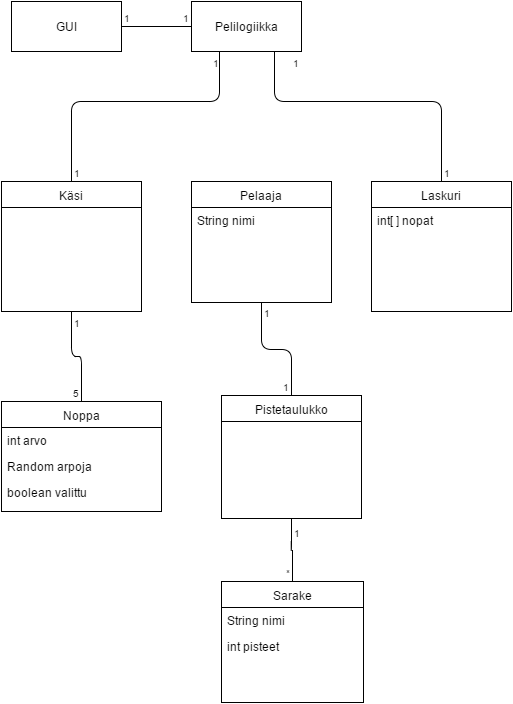
This is dokumentaatio/Yatzy.png from iirekola/Yatzy, a draw.io export, as it was before one commit. Source tidied: cells renumbered, new cells last; positions are measured from the earlier drawing's top-left corner, leaving out a move shared by most shapes.
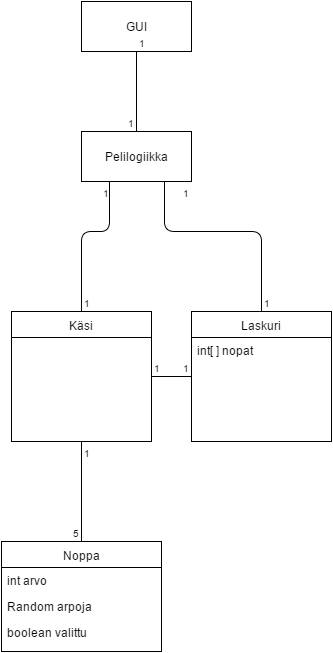
After the change.

Diff of the diagram source:
```diff
@@ -3,7 +3,7 @@
     <mxCell id="0" />
     <mxCell id="1" parent="0" />
     <mxCell id="2" value="Noppa" style="swimlane;html=1;fontStyle=0;horizontal=1;startSize=26;fillColor=none;swimlaneFillColor=#ffffff;" parent="1" vertex="1">
-      <mxGeometry y="400" width="160" height="110" as="geometry" />
+      <mxGeometry x="110" y="410" width="160" height="110" as="geometry" />
     </mxCell>
     <mxCell id="3" value="int arvo" style="text;html=1;strokeColor=none;fillColor=none;align=left;verticalAlign=top;spacingLeft=4;spacingRight=4;whiteSpace=wrap;overflow=hidden;" parent="2" vertex="1">
       <mxGeometry y="26" width="160" height="26" as="geometry" />
@@ -14,20 +14,8 @@
     <mxCell id="5" value="boolean valittu" style="text;html=1;strokeColor=none;fillColor=none;align=left;verticalAlign=top;spacingLeft=4;spacingRight=4;whiteSpace=wrap;overflow=hidden;" parent="2" vertex="1">
       <mxGeometry y="78" width="160" height="26" as="geometry" />
     </mxCell>
-    <mxCell id="6" value="Pistetaulukko" style="swimlane;html=1;fontStyle=0;horizontal=1;startSize=26;fillColor=none;swimlaneFillColor=#ffffff;" parent="1" vertex="1">
-      <mxGeometry x="220" y="394" width="140" height="123" as="geometry" />
-    </mxCell>
-    <mxCell id="7" value="Sarake" style="swimlane;html=1;fontStyle=0;horizontal=1;startSize=26;fillColor=none;swimlaneFillColor=#ffffff;" parent="1" vertex="1">
-      <mxGeometry x="220" y="580" width="142" height="121" as="geometry" />
-    </mxCell>
-    <mxCell id="8" value="String nimi" style="text;html=1;strokeColor=none;fillColor=none;align=left;verticalAlign=top;spacingLeft=4;spacingRight=4;whiteSpace=wrap;overflow=hidden;" parent="7" vertex="1">
-      <mxGeometry y="26" width="142" height="26" as="geometry" />
-    </mxCell>
-    <mxCell id="9" value="int pisteet" style="text;html=1;strokeColor=none;fillColor=none;align=left;verticalAlign=top;spacingLeft=4;spacingRight=4;whiteSpace=wrap;overflow=hidden;" parent="7" vertex="1">
-      <mxGeometry y="52" width="142" height="26" as="geometry" />
-    </mxCell>
     <mxCell id="10" value="Laskuri" style="swimlane;html=1;fontStyle=0;horizontal=1;startSize=26;fillColor=none;swimlaneFillColor=#ffffff;" parent="1" vertex="1">
-      <mxGeometry x="370" y="180" width="140" height="130" as="geometry" />
+      <mxGeometry x="300" y="180" width="140" height="130" as="geometry" />
     </mxCell>
     <mxCell id="11" value="int[ ] nopat" style="text;html=1;strokeColor=none;fillColor=none;align=left;verticalAlign=top;spacingLeft=4;spacingRight=4;whiteSpace=wrap;overflow=hidden;" parent="10" vertex="1">
       <mxGeometry y="26" width="140" height="26" as="geometry" />
@@ -35,23 +23,23 @@
     <mxCell id="12" style="edgeStyle=orthogonalEdgeStyle;rounded=0;html=1;exitX=0.5;exitY=1;entryX=0.5;entryY=1;jettySize=auto;orthogonalLoop=1;" parent="1" edge="1" source="10" target="10">
       <mxGeometry relative="1" as="geometry" />
     </mxCell>
-    <mxCell id="13" value="Pelaaja" style="swimlane;html=1;fontStyle=0;horizontal=1;startSize=26;fillColor=none;swimlaneFillColor=#ffffff;" parent="1" vertex="1">
-      <mxGeometry x="190" y="180" width="140" height="121" as="geometry" />
-    </mxCell>
-    <mxCell id="14" value="String nimi" style="text;html=1;strokeColor=none;fillColor=none;align=left;verticalAlign=top;spacingLeft=4;spacingRight=4;whiteSpace=wrap;overflow=hidden;" parent="13" vertex="1">
-      <mxGeometry y="26" width="140" height="26" as="geometry" />
-    </mxCell>
     <mxCell id="15" value="Pelilogiikka" style="html=1;" parent="1" vertex="1">
       <mxGeometry x="190" width="110" height="50" as="geometry" />
     </mxCell>
     <mxCell id="16" value="GUI" style="html=1;" parent="1" vertex="1">
-      <mxGeometry x="10" width="110" height="50" as="geometry" />
+      <mxGeometry x="190" y="-130" width="110" height="50" as="geometry" />
     </mxCell>
     <mxCell id="17" value="Käsi" style="swimlane;html=1;fontStyle=0;horizontal=1;startSize=26;fillColor=none;swimlaneFillColor=#ffffff;" parent="1" vertex="1">
-      <mxGeometry y="180" width="140" height="130" as="geometry" />
+      <mxGeometry x="120" y="180" width="140" height="130" as="geometry" />
     </mxCell>
-    <mxCell id="18" style="endArrow=none;html=1;edgeStyle=orthogonalEdgeStyle;entryX=0;entryY=0.5;" parent="1" edge="1" source="16" target="15">
-      <mxGeometry relative="1" as="geometry" />
+    <mxCell id="18" style="endArrow=none;html=1;edgeStyle=orthogonalEdgeStyle;" parent="1" edge="1" source="16">
+      <mxGeometry relative="1" as="geometry">
+        <mxPoint x="245" as="targetPoint" />
+        <Array as="points">
+          <mxPoint x="245" y="-40" />
+          <mxPoint x="245" y="-40" />
+        </Array>
+      </mxGeometry>
     </mxCell>
     <mxCell id="19" value="1" style="html=1;align=left;verticalAlign=bottom;labelBackgroundColor=#ffffff;fontSize=10;" parent="18" vertex="1">
       <mxGeometry x="-1" relative="1" as="geometry" />
@@ -59,10 +47,10 @@
     <mxCell id="20" value="1" style="html=1;align=right;verticalAlign=bottom;labelBackgroundColor=#ffffff;fontSize=10;" parent="18" vertex="1">
       <mxGeometry x="1" relative="1" as="geometry" />
     </mxCell>
-    <mxCell id="21" style="endArrow=none;html=1;edgeStyle=orthogonalEdgeStyle;entryX=0.25;entryY=1;" parent="1" edge="1" source="17" target="15">
+    <mxCell id="21" style="endArrow=none;html=1;edgeStyle=orthogonalEdgeStyle;entryX=0.25;entryY=1;exitX=0.5;exitY=0;" parent="1" edge="1" source="17" target="15">
       <mxGeometry relative="1" as="geometry">
         <Array as="points">
-          <mxPoint x="70" y="100" />
+          <mxPoint x="190" y="100" />
           <mxPoint x="218" y="100" />
         </Array>
       </mxGeometry>
@@ -75,10 +63,10 @@
         <mxPoint x="2" y="20" as="offset" />
       </mxGeometry>
     </mxCell>
-    <mxCell id="24" style="endArrow=none;html=1;edgeStyle=orthogonalEdgeStyle;entryX=0.75;entryY=1;" parent="1" edge="1" source="10" target="15">
+    <mxCell id="24" style="endArrow=none;html=1;edgeStyle=orthogonalEdgeStyle;entryX=0.75;entryY=1;exitX=0.5;exitY=0;" parent="1" edge="1" source="10" target="15">
       <mxGeometry relative="1" as="geometry">
         <Array as="points">
-          <mxPoint x="440" y="100" />
+          <mxPoint x="370" y="100" />
           <mxPoint x="273" y="100" />
         </Array>
       </mxGeometry>
@@ -91,11 +79,11 @@
         <mxPoint x="27" y="20" as="offset" />
       </mxGeometry>
     </mxCell>
-    <mxCell id="27" style="endArrow=none;html=1;edgeStyle=orthogonalEdgeStyle;entryX=0.5;entryY=0;" parent="1" edge="1" source="17" target="2">
+    <mxCell id="27" style="endArrow=none;html=1;edgeStyle=orthogonalEdgeStyle;entryX=0.5;entryY=0;exitX=0.5;exitY=1;" parent="1" edge="1" source="17" target="2">
       <mxGeometry relative="1" as="geometry">
         <Array as="points">
-          <mxPoint x="70" y="355" />
-          <mxPoint x="80" y="355" />
+          <mxPoint x="190" y="330" />
+          <mxPoint x="190" y="330" />
         </Array>
       </mxGeometry>
     </mxCell>
@@ -107,37 +95,16 @@
     <mxCell id="29" value="5" style="html=1;align=right;verticalAlign=bottom;labelBackgroundColor=#ffffff;fontSize=10;" parent="27" vertex="1">
       <mxGeometry x="1" relative="1" as="geometry" />
     </mxCell>
-    <mxCell id="30" style="endArrow=none;html=1;edgeStyle=orthogonalEdgeStyle;entryX=0.5;entryY=0;" parent="1" edge="1" source="13" target="6">
-      <mxGeometry relative="1" as="geometry">
-        <Array as="points">
-          <mxPoint x="260" y="348" />
-          <mxPoint x="290" y="348" />
-        </Array>
-      </mxGeometry>
-    </mxCell>
-    <mxCell id="31" value="1" style="html=1;align=left;verticalAlign=bottom;labelBackgroundColor=#ffffff;fontSize=10;" parent="30" vertex="1">
-      <mxGeometry x="-1" relative="1" as="geometry">
-        <mxPoint y="19" as="offset" />
-      </mxGeometry>
-    </mxCell>
+    <mxCell id="36" style="endArrow=none;html=1;edgeStyle=orthogonalEdgeStyle;" parent="1" edge="1" source="17">
+      <mxGeometry relative="1" as="geometry">
+        <mxPoint x="300" y="245" as="targetPoint" />
+      </mxGeometry>
+    </mxCell>
+    <mxCell id="37" value="1" style="html=1;align=left;verticalAlign=bottom;labelBackgroundColor=#ffffff;fontSize=10;" parent="36" vertex="1">
+      <mxGeometry x="-1" relative="1" as="geometry" />
+    </mxCell>
-    <mxCell id="32" value="1" style="html=1;align=right;verticalAlign=bottom;labelBackgroundColor=#ffffff;fontSize=10;" parent="30" vertex="1">
+    <mxCell id="32" value="1" style="html=1;align=right;verticalAlign=bottom;labelBackgroundColor=#ffffff;fontSize=10;" parent="36" vertex="1">
       <mxGeometry x="1" relative="1" as="geometry" />
     </mxCell>
-    <mxCell id="33" style="endArrow=none;html=1;edgeStyle=orthogonalEdgeStyle;entryX=0.5;entryY=0;" parent="1" edge="1" source="6" target="7">
-      <mxGeometry relative="1" as="geometry">
-        <Array as="points">
-          <mxPoint x="290" y="549" />
-          <mxPoint x="291" y="549" />
-        </Array>
-      </mxGeometry>
-    </mxCell>
-    <mxCell id="34" value="1" style="html=1;align=left;verticalAlign=bottom;labelBackgroundColor=#ffffff;fontSize=10;" parent="33" vertex="1">
-      <mxGeometry x="-1" relative="1" as="geometry">
-        <mxPoint y="23" as="offset" />
-      </mxGeometry>
-    </mxCell>
-    <mxCell id="35" value="*" style="html=1;align=right;verticalAlign=bottom;labelBackgroundColor=#ffffff;fontSize=10;" parent="33" vertex="1">
-      <mxGeometry x="1" relative="1" as="geometry" />
-    </mxCell>
   </root>
 </mxGraphModel>
```
